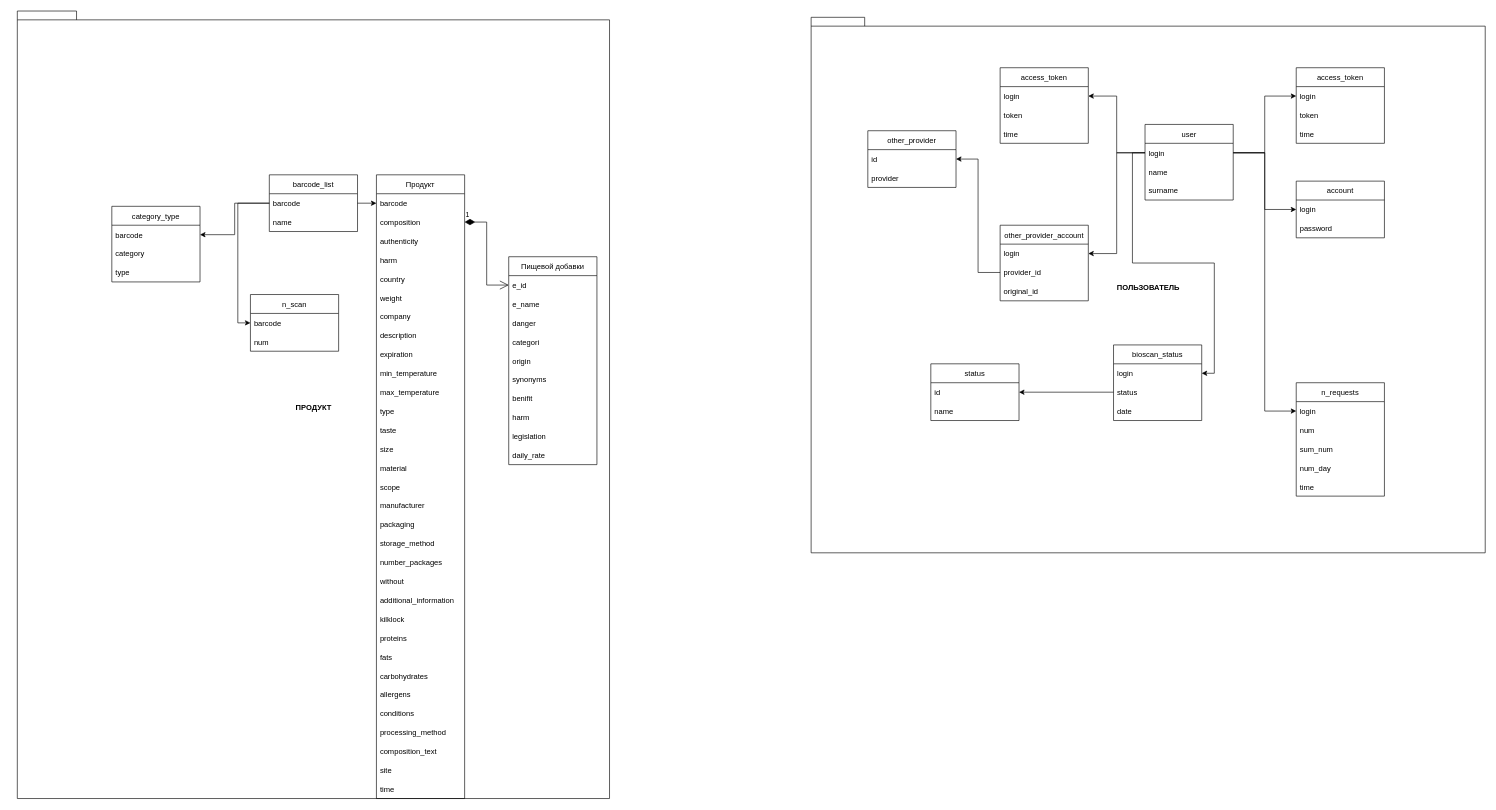
Before: 4_course/МиСПИС/MPO.drawio in tedmon1998/ISiT, a draw.io diagram. Source tidied: cells renumbered, new cells numbered last; positions are measured from the earlier drawing's top-left corner, leaving out a move shared by most shapes. Both pictures are drawn from the tidied source at 63%, with x=0, y=0 at pixel (17, 11).
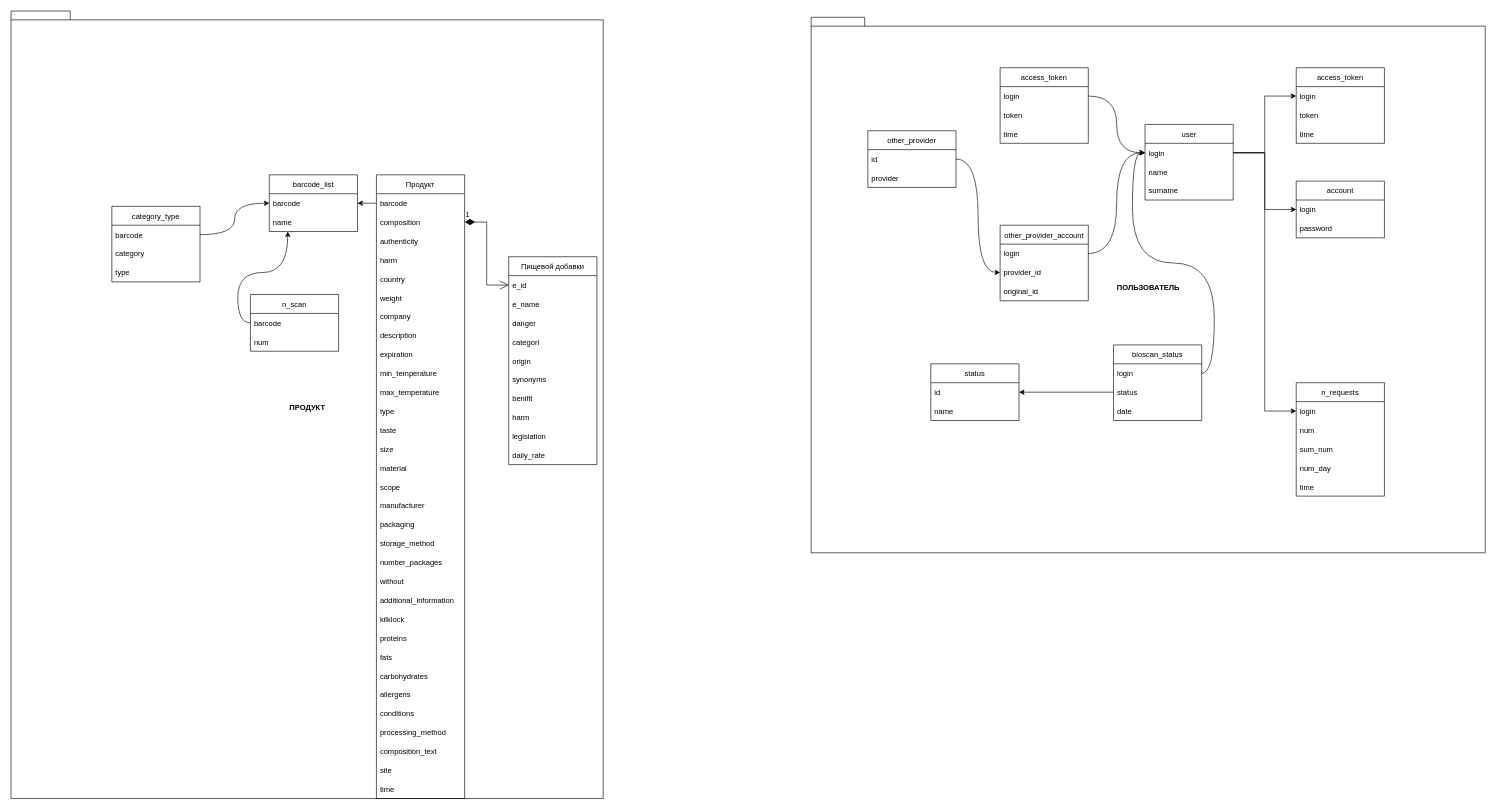
Above is the later version.

Unchanged cells that the change refers to:
```xml
<mxCell id="5" value="barcode" style="text;strokeColor=none;fillColor=none;align=left;verticalAlign=middle;spacingLeft=4;spacingRight=4;overflow=hidden;points=[[0,0.5],[1,0.5]];portConstraint=eastwest;" parent="4" vertex="1">
  <mxGeometry y="30" width="140" height="30" as="geometry" />
</mxCell>
<mxCell id="49" value="barcode" style="text;strokeColor=none;fillColor=none;align=left;verticalAlign=middle;spacingLeft=4;spacingRight=4;overflow=hidden;points=[[0,0.5],[1,0.5]];portConstraint=eastwest;" parent="48" vertex="1">
  <mxGeometry y="30" width="140" height="30" as="geometry" />
</mxCell>
<mxCell id="50" value="name" style="text;strokeColor=none;fillColor=none;align=left;verticalAlign=middle;spacingLeft=4;spacingRight=4;overflow=hidden;points=[[0,0.5],[1,0.5]];portConstraint=eastwest;" parent="48" vertex="1">
  <mxGeometry y="60" width="140" height="30" as="geometry" />
</mxCell>
<mxCell id="54" value="barcode" style="text;strokeColor=none;fillColor=none;align=left;verticalAlign=middle;spacingLeft=4;spacingRight=4;overflow=hidden;points=[[0,0.5],[1,0.5]];portConstraint=eastwest;" parent="53" vertex="1">
  <mxGeometry y="30" width="140" height="30" as="geometry" />
</mxCell>
<mxCell id="58" value="barcode" style="text;strokeColor=none;fillColor=none;align=left;verticalAlign=middle;spacingLeft=4;spacingRight=4;overflow=hidden;points=[[0,0.5],[1,0.5]];portConstraint=eastwest;" parent="57" vertex="1">
  <mxGeometry y="30" width="140" height="30" as="geometry" />
</mxCell>
<mxCell id="63" value="login" style="text;strokeColor=none;fillColor=none;align=left;verticalAlign=middle;spacingLeft=4;spacingRight=4;overflow=hidden;points=[[0,0.5],[1,0.5]];portConstraint=eastwest;" parent="62" vertex="1">
  <mxGeometry y="30" width="140" height="30" as="geometry" />
</mxCell>
<mxCell id="76" value="login" style="text;strokeColor=none;fillColor=none;align=left;verticalAlign=middle;spacingLeft=4;spacingRight=4;overflow=hidden;points=[[0,0.5],[1,0.5]];portConstraint=eastwest;" parent="75" vertex="1">
  <mxGeometry y="30" width="140" height="30" as="geometry" />
</mxCell>
<mxCell id="88" value="login" style="text;strokeColor=none;fillColor=none;align=left;verticalAlign=middle;spacingLeft=4;spacingRight=4;overflow=hidden;points=[[0,0.5],[1,0.5]];portConstraint=eastwest;" parent="87" vertex="1">
  <mxGeometry y="30" width="140" height="30" as="geometry" />
</mxCell>
<mxCell id="89" value="provider_id" style="text;strokeColor=none;fillColor=none;align=left;verticalAlign=middle;spacingLeft=4;spacingRight=4;overflow=hidden;points=[[0,0.5],[1,0.5]];portConstraint=eastwest;" parent="87" vertex="1">
  <mxGeometry y="60" width="140" height="30" as="geometry" />
</mxCell>
<mxCell id="93" value="id" style="text;strokeColor=none;fillColor=none;align=left;verticalAlign=middle;spacingLeft=4;spacingRight=4;overflow=hidden;points=[[0,0.5],[1,0.5]];portConstraint=eastwest;" parent="92" vertex="1">
  <mxGeometry y="30" width="140" height="30" as="geometry" />
</mxCell>
<mxCell id="97" value="login" style="text;strokeColor=none;fillColor=none;align=left;verticalAlign=middle;spacingLeft=4;spacingRight=4;overflow=hidden;points=[[0,0.5],[1,0.5]];portConstraint=eastwest;" parent="96" vertex="1">
  <mxGeometry y="30" width="140" height="30" as="geometry" />
</mxCell>
```

Diff of the diagram source:
```diff
@@
     <mxCell id="3" value="ПРОДУКТ" style="shape=folder;fontStyle=1;spacingTop=10;tabWidth=40;tabHeight=14;tabPosition=left;html=1;" parent="1" vertex="1">
-      <mxGeometry width="940" height="1250" as="geometry" />
+      <mxGeometry x="-10" width="940" height="1250" as="geometry" />
     </mxCell>
@@
-    <mxCell id="51" style="endArrow=classic;html=1;rounded=0;exitX=1;exitY=0.5;exitDx=0;exitDy=0;entryX=0;entryY=0.5;entryDx=0;entryDy=0;" parent="1" edge="1" source="49" target="5">
-      <mxGeometry relative="1" as="geometry" />
-    </mxCell>
@@
-    <mxCell id="56" style="edgeStyle=orthogonalEdgeStyle;rounded=0;jettySize=auto;html=1;exitX=0;exitY=0.5;exitDx=0;exitDy=0;entryX=0;entryY=0.5;entryDx=0;entryDy=0;" parent="1" edge="1" source="49" target="54">
-      <mxGeometry relative="1" as="geometry" />
-    </mxCell>
@@
-    <mxCell id="61" style="edgeStyle=orthogonalEdgeStyle;rounded=0;jettySize=auto;html=1;entryX=1;entryY=0.5;entryDx=0;entryDy=0;" parent="1" edge="1" source="49" target="58">
-      <mxGeometry relative="1" as="geometry" />
-    </mxCell>
@@
-    <mxCell id="79" style="edgeStyle=orthogonalEdgeStyle;rounded=0;jettySize=auto;html=1;" parent="1" edge="1" source="63" target="76">
-      <mxGeometry relative="1" as="geometry" />
-    </mxCell>
@@
-    <mxCell id="91" style="edgeStyle=orthogonalEdgeStyle;rounded=0;jettySize=auto;html=1;entryX=1;entryY=0.5;entryDx=0;entryDy=0;" parent="1" edge="1" source="63" target="88">
-      <mxGeometry relative="1" as="geometry" />
-    </mxCell>
@@
-    <mxCell id="95" style="edgeStyle=orthogonalEdgeStyle;rounded=0;jettySize=auto;html=1;entryX=1;entryY=0.5;entryDx=0;entryDy=0;" parent="1" edge="1" source="89" target="93">
-      <mxGeometry relative="1" as="geometry" />
-    </mxCell>
@@
-    <mxCell id="100" style="edgeStyle=orthogonalEdgeStyle;rounded=0;jettySize=auto;html=1;entryX=1;entryY=0.5;entryDx=0;entryDy=0;" parent="1" edge="1" source="63" target="97">
-      <mxGeometry relative="1" as="geometry" />
-    </mxCell>
@@
+    <mxCell id="105" style="edgeStyle=orthogonalEdgeStyle;rounded=0;jettySize=auto;html=1;exitX=0;exitY=0.5;exitDx=0;exitDy=0;entryX=0.209;entryY=1;entryDx=0;entryDy=0;entryPerimeter=0;curved=1;" parent="1" edge="1" source="54" target="50">
+      <mxGeometry relative="1" as="geometry" />
+    </mxCell>
+    <mxCell id="106" style="edgeStyle=orthogonalEdgeStyle;curved=1;rounded=0;jettySize=auto;html=1;exitX=1;exitY=0.5;exitDx=0;exitDy=0;" parent="1" edge="1" source="58" target="49">
+      <mxGeometry relative="1" as="geometry" />
+    </mxCell>
+    <mxCell id="107" style="edgeStyle=orthogonalEdgeStyle;curved=1;rounded=0;jettySize=auto;html=1;exitX=0;exitY=0.5;exitDx=0;exitDy=0;entryX=1;entryY=0.5;entryDx=0;entryDy=0;" parent="1" edge="1" source="5" target="49">
+      <mxGeometry relative="1" as="geometry" />
+    </mxCell>
+    <mxCell id="108" style="edgeStyle=orthogonalEdgeStyle;curved=1;rounded=0;jettySize=auto;html=1;exitX=1;exitY=0.5;exitDx=0;exitDy=0;" parent="1" edge="1" source="93" target="89">
+      <mxGeometry relative="1" as="geometry" />
+    </mxCell>
+    <mxCell id="109" style="edgeStyle=orthogonalEdgeStyle;curved=1;rounded=0;jettySize=auto;html=1;exitX=1;exitY=0.5;exitDx=0;exitDy=0;entryX=0;entryY=0.5;entryDx=0;entryDy=0;" parent="1" edge="1" source="88" target="63">
+      <mxGeometry relative="1" as="geometry" />
+    </mxCell>
+    <mxCell id="110" style="edgeStyle=orthogonalEdgeStyle;curved=1;rounded=0;jettySize=auto;html=1;exitX=1;exitY=0.5;exitDx=0;exitDy=0;entryX=0;entryY=0.5;entryDx=0;entryDy=0;" parent="1" edge="1" source="97" target="63">
+      <mxGeometry relative="1" as="geometry" />
+    </mxCell>
+    <mxCell id="111" style="edgeStyle=orthogonalEdgeStyle;curved=1;rounded=0;jettySize=auto;html=1;exitX=1;exitY=0.5;exitDx=0;exitDy=0;" parent="1" edge="1" source="76" target="63">
+      <mxGeometry relative="1" as="geometry" />
+    </mxCell>
```
